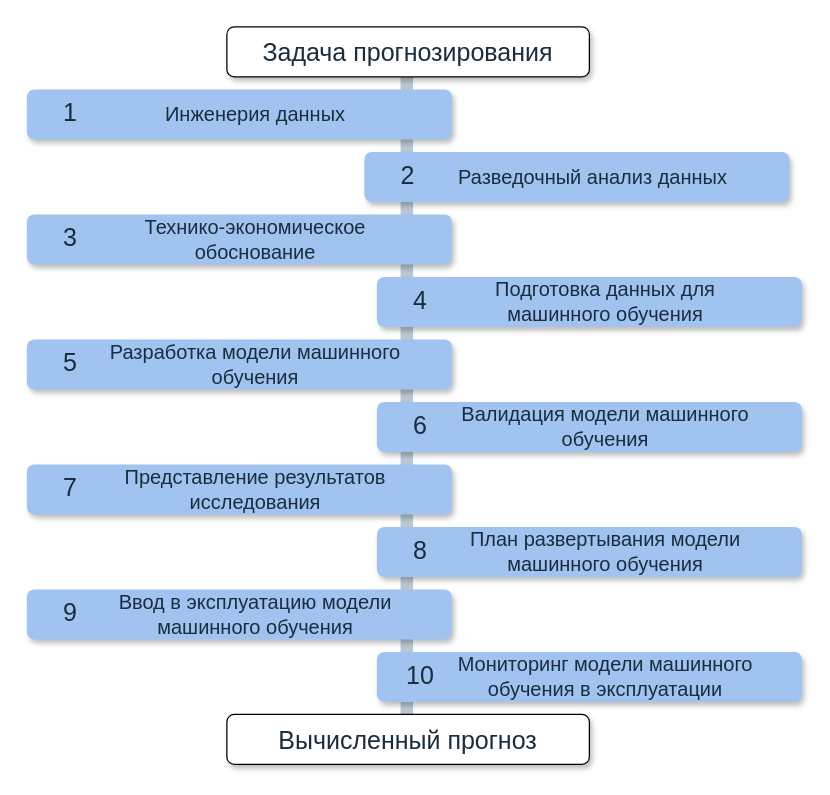
The draw.io diagram Этап Прогнозирования.drawio in RuslanKudarov/diagrams, before the edit. Source tidied: cells renumbered, new cells numbered last; positions are measured from the earlier drawing's top-left corner, leaving out a move shared by most shapes. Both pictures are drawn from the tidied source at 125%, with x=0, y=0 at pixel (26, 26).
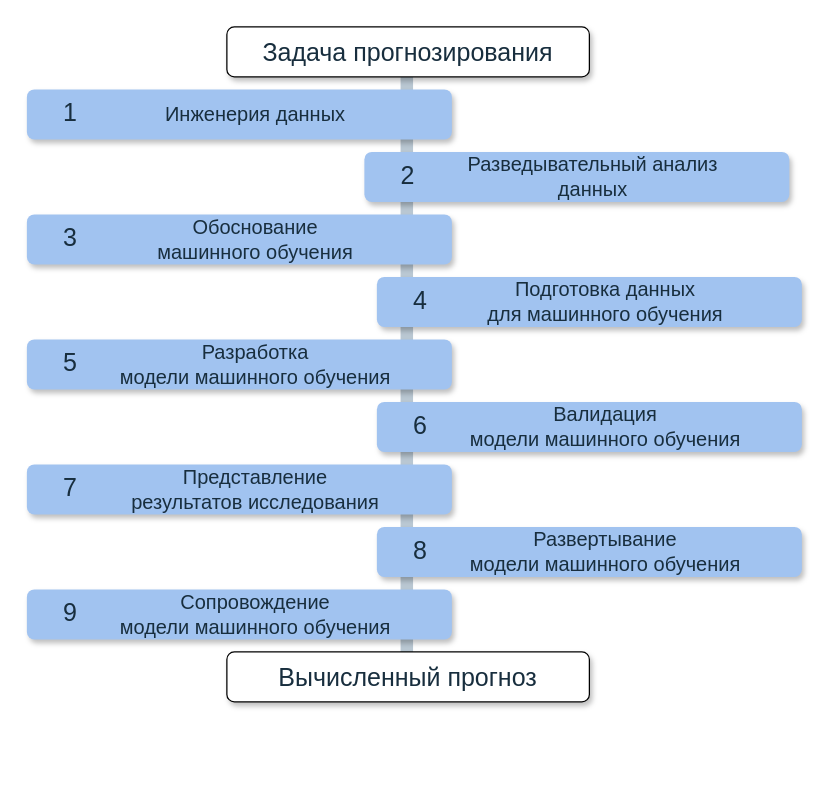
The same diagram, later.

Diff of the diagram source:
```diff
@@
     <mxCell id="2" style="line;strokeWidth=10;direction=south;html=1;fillColor=none;fontSize=13;fontColor=#182E3E;align=center;strokeColor=#BAC8D3;labelBackgroundColor=none;" parent="1" vertex="1">
-      <mxGeometry x="300" y="38.1" width="7.9" height="521.9" as="geometry" />
+      <mxGeometry x="300" y="38.1" width="7.9" height="481.9" as="geometry" />
     </mxCell>
-    <mxCell id="3" style="rounded=1;whiteSpace=wrap;html=1;strokeColor=none;strokeWidth=1;fillColor=#A1C3F0;fontSize=13;fontColor=#182E3E;align=center;gradientDirection=east;verticalAlign=top;shadow=1;labelBackgroundColor=none;" parent="1" vertex="1">
-      <mxGeometry x="280" y="500" width="340" height="40" as="geometry" />
-    </mxCell>
-    <mxCell id="4" value="10" style="text;html=1;strokeColor=none;fillColor=none;align=center;verticalAlign=middle;whiteSpace=wrap;fontSize=20;fontColor=#182E3E;labelBackgroundColor=none;fontFamily=Calibri;" parent="1" vertex="1">
-      <mxGeometry x="290" y="500" width="50" height="35" as="geometry" />
-    </mxCell>
-    <mxCell id="5" value="Мониторинг модели машинного обучения в эксплуатации" style="text;strokeColor=none;align=center;fillColor=none;html=1;verticalAlign=middle;whiteSpace=wrap;rounded=0;fontColor=#182E3E;fontFamily=Calibri;fontSize=16;" parent="1" vertex="1">
-      <mxGeometry x="340" y="500" width="246" height="40" as="geometry" />
-    </mxCell>
     <mxCell id="6" style="rounded=1;whiteSpace=wrap;html=1;strokeColor=default;strokeWidth=1;fillColor=default;fontSize=13;fontColor=#182E3E;align=center;gradientDirection=east;verticalAlign=top;shadow=1;labelBackgroundColor=none;" parent="1" vertex="1">
-      <mxGeometry x="160" y="550" width="290" height="40" as="geometry" />
+      <mxGeometry x="160" y="500" width="290" height="40" as="geometry" />
     </mxCell>
     <mxCell id="7" value="Вычисленный прогноз" style="text;html=1;strokeColor=none;fillColor=none;align=center;verticalAlign=middle;whiteSpace=wrap;fontSize=20;fontColor=#182E3E;labelBackgroundColor=none;fontFamily=Calibri;" parent="1" vertex="1">
-      <mxGeometry x="160" y="550" width="290" height="40" as="geometry" />
+      <mxGeometry x="160" y="500" width="290" height="40" as="geometry" />
     </mxCell>
@@
-    <mxCell id="15" value="Разведочный анализ данных" style="text;strokeColor=none;align=center;fillColor=none;html=1;verticalAlign=middle;whiteSpace=wrap;rounded=0;fontColor=#182E3E;fontFamily=Calibri;fontSize=16;" parent="1" vertex="1">
+    <mxCell id="15" value="Разведывательный анализ данных" style="text;strokeColor=none;align=center;fillColor=none;html=1;verticalAlign=middle;whiteSpace=wrap;rounded=0;fontColor=#182E3E;fontFamily=Calibri;fontSize=16;" parent="1" vertex="1">
       <mxGeometry x="330" y="100" width="246" height="40" as="geometry" />
     </mxCell>
@@
-    <mxCell id="18" value="Технико-экономическое обоснование" style="text;strokeColor=none;align=center;fillColor=none;html=1;verticalAlign=middle;whiteSpace=wrap;rounded=0;fontColor=#182E3E;fontFamily=Calibri;fontSize=16;" parent="1" vertex="1">
+    <mxCell id="18" value="Обоснование&lt;br&gt;машинного обучения" style="text;strokeColor=none;align=center;fillColor=none;html=1;verticalAlign=middle;whiteSpace=wrap;rounded=0;fontColor=#182E3E;fontFamily=Calibri;fontSize=16;" parent="1" vertex="1">
       <mxGeometry x="60" y="150" width="246" height="40" as="geometry" />
     </mxCell>
@@
-    <mxCell id="21" value="Подготовка данных для машинного обучения" style="text;strokeColor=none;align=center;fillColor=none;html=1;verticalAlign=middle;whiteSpace=wrap;rounded=0;fontColor=#182E3E;fontFamily=Calibri;fontSize=16;" parent="1" vertex="1">
+    <mxCell id="21" value="Подготовка данных&lt;br&gt;для машинного обучения" style="text;strokeColor=none;align=center;fillColor=none;html=1;verticalAlign=middle;whiteSpace=wrap;rounded=0;fontColor=#182E3E;fontFamily=Calibri;fontSize=16;" parent="1" vertex="1">
       <mxGeometry x="340" y="200" width="246" height="40" as="geometry" />
     </mxCell>
@@
-    <mxCell id="24" value="Разработка модели машинного обучения" style="text;strokeColor=none;align=center;fillColor=none;html=1;verticalAlign=middle;whiteSpace=wrap;rounded=0;fontColor=#182E3E;fontFamily=Calibri;fontSize=16;" parent="1" vertex="1">
+    <mxCell id="24" value="Разработка&lt;br&gt;модели машинного обучения" style="text;strokeColor=none;align=center;fillColor=none;html=1;verticalAlign=middle;whiteSpace=wrap;rounded=0;fontColor=#182E3E;fontFamily=Calibri;fontSize=16;" parent="1" vertex="1">
       <mxGeometry x="60" y="250" width="246" height="40" as="geometry" />
     </mxCell>
@@
-    <mxCell id="27" value="Валидация модели машинного обучения" style="text;strokeColor=none;align=center;fillColor=none;html=1;verticalAlign=middle;whiteSpace=wrap;rounded=0;fontColor=#182E3E;fontFamily=Calibri;fontSize=16;" parent="1" vertex="1">
+    <mxCell id="27" value="Валидация&lt;br&gt;модели машинного обучения" style="text;strokeColor=none;align=center;fillColor=none;html=1;verticalAlign=middle;whiteSpace=wrap;rounded=0;fontColor=#182E3E;fontFamily=Calibri;fontSize=16;" parent="1" vertex="1">
       <mxGeometry x="340" y="300" width="246" height="40" as="geometry" />
     </mxCell>
@@
-    <mxCell id="30" value="Представление результатов исследования" style="text;strokeColor=none;align=center;fillColor=none;html=1;verticalAlign=middle;whiteSpace=wrap;rounded=0;fontColor=#182E3E;fontFamily=Calibri;fontSize=16;" parent="1" vertex="1">
+    <mxCell id="30" value="Представление&lt;br&gt;результатов исследования" style="text;strokeColor=none;align=center;fillColor=none;html=1;verticalAlign=middle;whiteSpace=wrap;rounded=0;fontColor=#182E3E;fontFamily=Calibri;fontSize=16;" parent="1" vertex="1">
       <mxGeometry x="60" y="350" width="246" height="40" as="geometry" />
     </mxCell>
@@
-    <mxCell id="33" value="План развертывания модели машинного обучения" style="text;strokeColor=none;align=center;fillColor=none;html=1;verticalAlign=middle;whiteSpace=wrap;rounded=0;fontColor=#182E3E;fontFamily=Calibri;fontSize=16;" parent="1" vertex="1">
+    <mxCell id="33" value="Развертывание&lt;br&gt;модели машинного обучения" style="text;strokeColor=none;align=center;fillColor=none;html=1;verticalAlign=middle;whiteSpace=wrap;rounded=0;fontColor=#182E3E;fontFamily=Calibri;fontSize=16;" parent="1" vertex="1">
       <mxGeometry x="340" y="400" width="246" height="40" as="geometry" />
     </mxCell>
@@
-    <mxCell id="36" value="Ввод в эксплуатацию модели машинного обучения" style="text;strokeColor=none;align=center;fillColor=none;html=1;verticalAlign=middle;whiteSpace=wrap;rounded=0;fontColor=#182E3E;fontFamily=Calibri;fontSize=16;" parent="1" vertex="1">
+    <mxCell id="36" value="Сопровождение&lt;br&gt;модели машинного обучения" style="text;strokeColor=none;align=center;fillColor=none;html=1;verticalAlign=middle;whiteSpace=wrap;rounded=0;fontColor=#182E3E;fontFamily=Calibri;fontSize=16;" parent="1" vertex="1">
       <mxGeometry x="60" y="450" width="246" height="40" as="geometry" />
     </mxCell>
```
